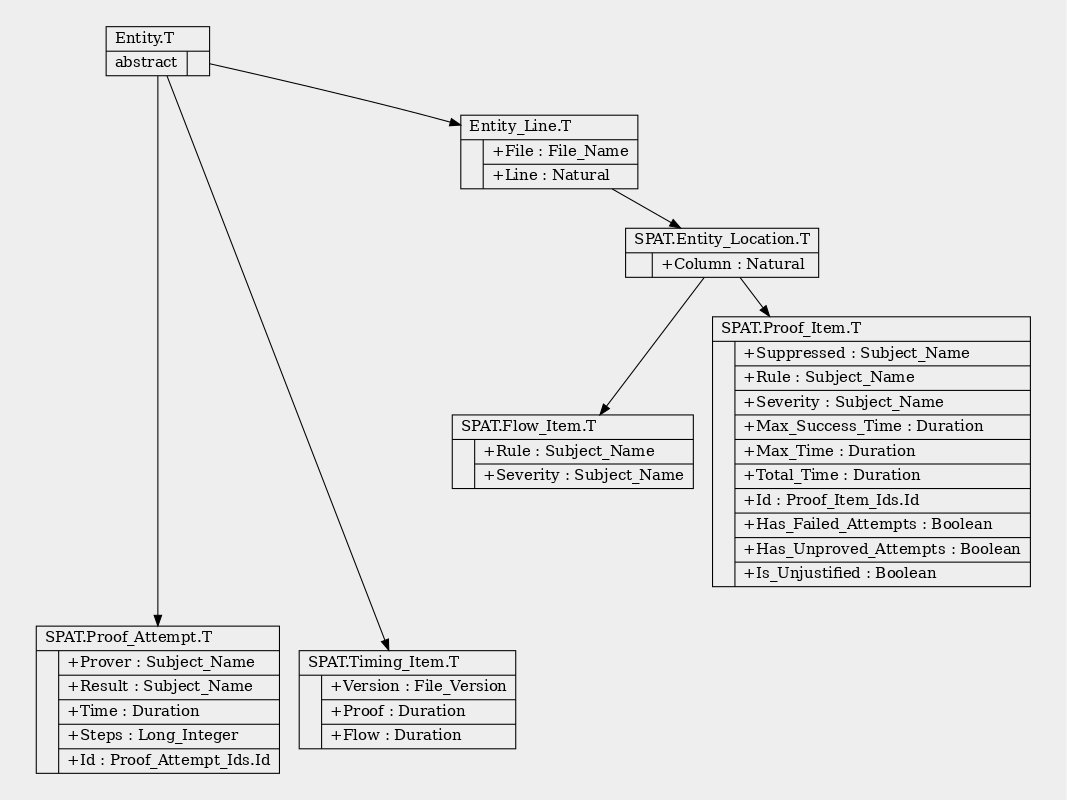
HeisenbugLtd/spat keeps this Graphviz diagram as doc/inheritance-tree.png. Above is the earlier version. Its source is kept beside it as doc/inheritance-tree.dot.
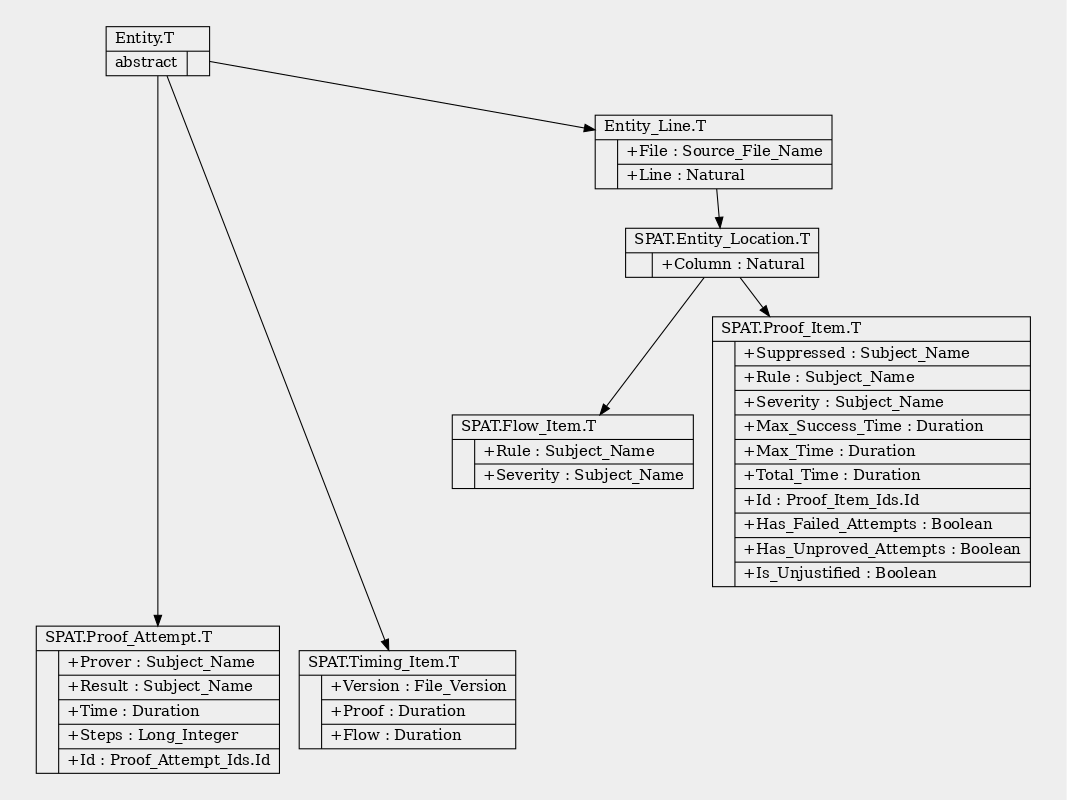
Above is the later version.

What changed in the source:
```diff
@@ -7,7 +7,7 @@
   node [shape=record];
 
   "SPAT.Entity.T"          [label="{Entity.T\l|{abstract\l|}}"];
-  "SPAT.Entity_Line.T"     [label="{Entity_Line.T\l|{|{+File : File_Name\l|+Line : Natural\l}}}"];
+  "SPAT.Entity_Line.T"     [label="{Entity_Line.T\l|{|{+File : Source_File_Name\l|+Line : Natural\l}}}"];
   "SPAT.Entity_Location.T" [label="{SPAT.Entity_Location.T\l|{|{+Column : Natural\l}}}"];
   "SPAT.Flow_Item.T"       [label="{SPAT.Flow_Item.T\l|{|{+Rule : Subject_Name\l|+Severity : Subject_Name\l}}}"];
   "SPAT.Proof_Item.T"      [label="{SPAT.Proof_Item.T\l|{|{+Suppressed : Subject_Name\l|+Rule : Subject_Name\l|+Severity : Subject_Name\l|+Max_Success_Time : Duration\l|+Max_Time : Duration\l|+Total_Time : Duration\l|+Id : Proof_Item_Ids.Id\l|+Has_Failed_Attempts : Boolean\l|+Has_Unproved_Attempts : Boolean\l|+Is_Unjustified : Boolean\l}}}"];
```
